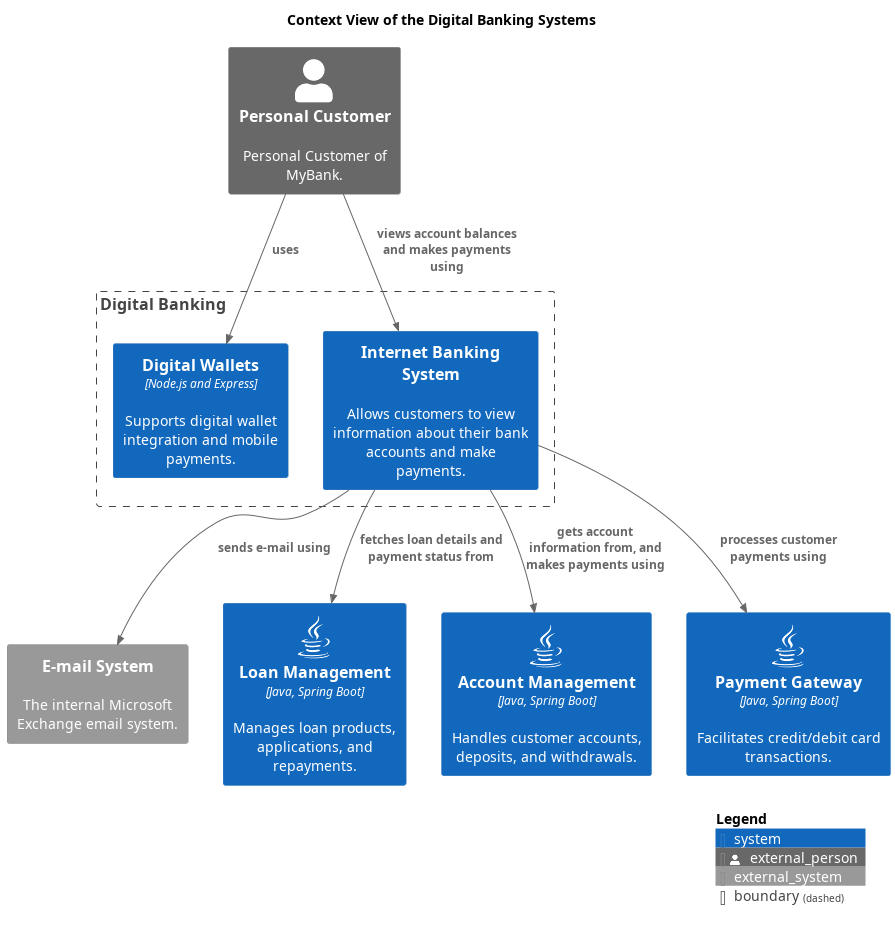
soulspace-org/my-bank-model keeps this PlantUML diagram as docs/mybank/digital-banking/context-view.png. Above is the earlier version.
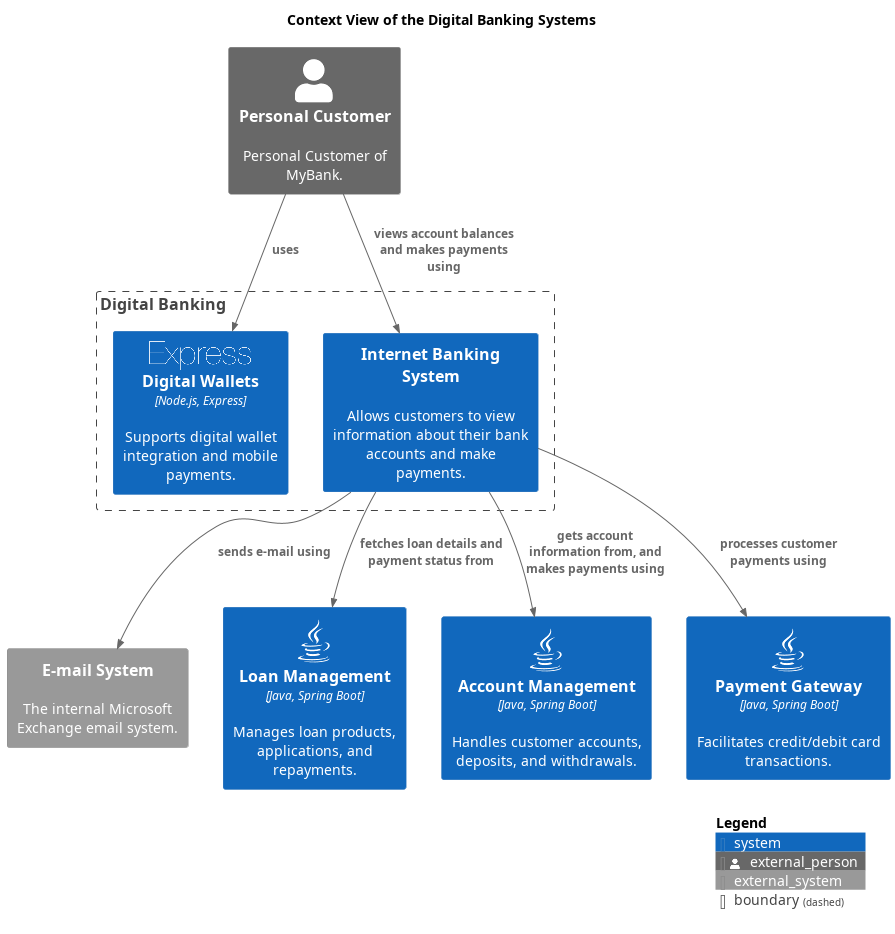
Later version of the same file.

The edit, as a diff of the source:
```diff
@@ -6,6 +6,7 @@
 !include <azure/AzureC4Integration>
 !include <tupadr3/common>
 !include <tupadr3/font-awesome-5/java>
+!include <logos/express>
 
 
 
@@ -16,7 +17,7 @@
 title Context View of the Digital Banking Systems
 System_Ext(mybank_emailSystem, "E-mail System", $descr="The internal Microsoft Exchange email system.")
 Boundary(mybank_digitalBanking_contextBoundary, "Digital Banking") {
-  System(mybank_digitalBanking_digitalWalletsSystem, "Digital Wallets", $descr="Supports digital wallet integration and mobile payments.", $type="Node.js and Express")
+  System(mybank_digitalBanking_digitalWalletsSystem, "Digital Wallets", $descr="Supports digital wallet integration and mobile payments.", $type="Node.js, Express", $sprite="express")
   System(mybank_digitalBanking_internetBankingSystem_internetBankingSystem, "Internet Banking System", $descr="Allows customers to view information about their bank accounts and make payments.")
 }
 System(mybank_coreBanking_loanManagementSystem, "Loan Management", $descr="Manages loan products, applications, and repayments.", $type="Java, Spring Boot", $sprite="java")
```
